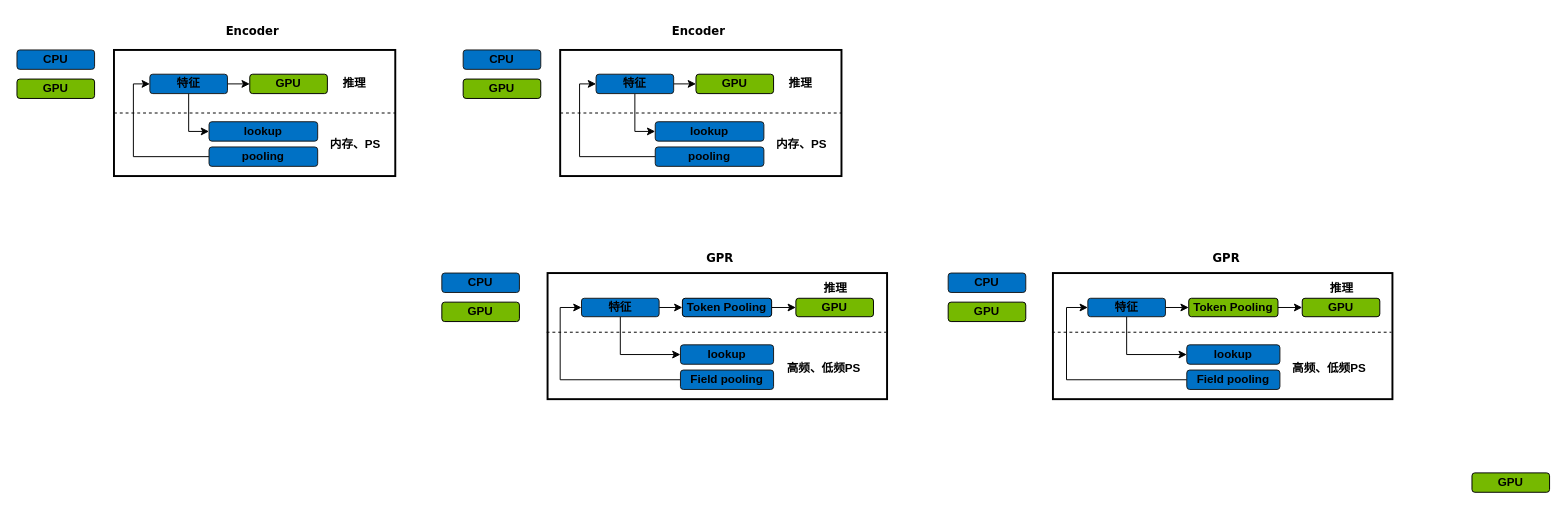
Earlier version of the draw.io diagram Token Pooling 优化.drawio (JackHsiung/totoro). Source tidied: cells renumbered, new cells numbered last; positions are measured from the earlier drawing's top-left corner, leaving out a move shared by most shapes. Both pictures are drawn from the tidied source at 97%, with x=0, y=0 at pixel (16, 16).
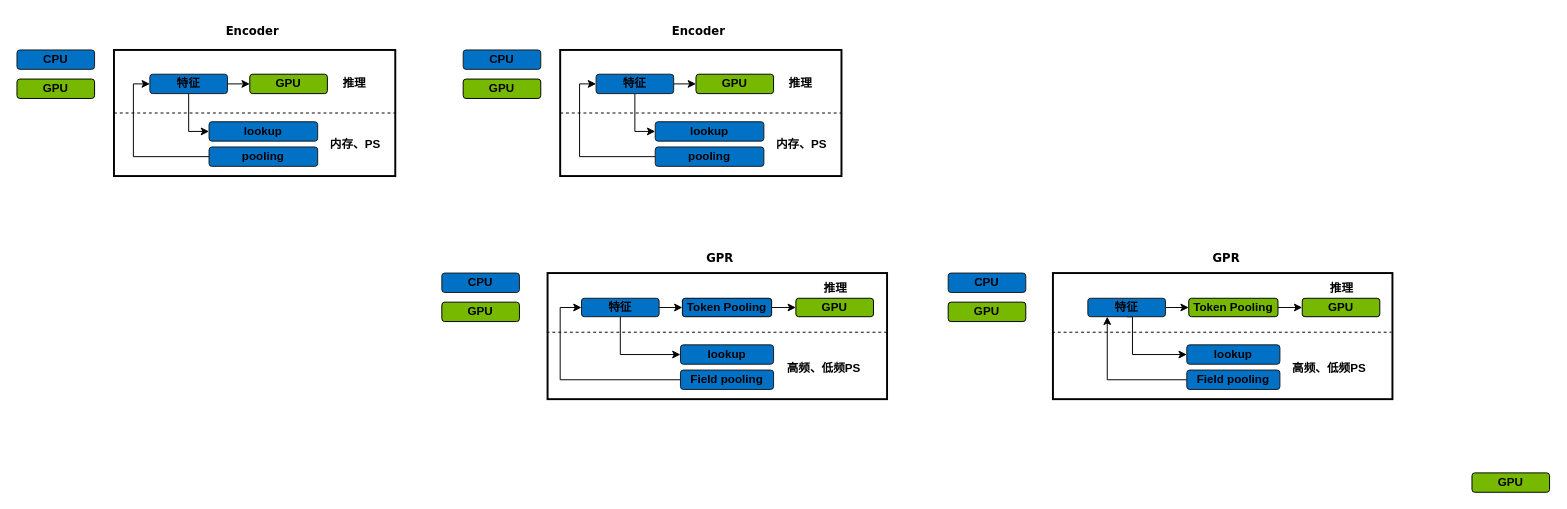
The same diagram, later.

The change refers to these unchanged cells:
```xml
<mxCell id="51" value="特征" style="rounded=1;whiteSpace=wrap;html=1;fillColor=#0071C5;strokeColor=#1A1A1A;fontStyle=1;" parent="1" vertex="1">
  <mxGeometry x="1104" y="290" width="80" height="19" as="geometry" />
</mxCell>
<mxCell id="53" value="lookup" style="rounded=1;whiteSpace=wrap;html=1;fillColor=#0071C5;strokeColor=#1A1A1A;fontStyle=1;" parent="1" vertex="1">
  <mxGeometry x="1206" y="338" width="96" height="20" as="geometry" />
</mxCell>
<mxCell id="55" value="Field pooling" style="rounded=1;whiteSpace=wrap;html=1;fillColor=#0071C5;strokeColor=#1A1A1A;fontStyle=1;" parent="1" vertex="1">
  <mxGeometry x="1206" y="364" width="96" height="20" as="geometry" />
</mxCell>
```

Change to the diagram source:
```diff
@@
     <mxCell id="49" style="edgeStyle=orthogonalEdgeStyle;rounded=0;jettySize=auto;html=1;exitX=0.5;exitY=1;exitDx=0;exitDy=0;entryX=0;entryY=0.5;entryDx=0;entryDy=0;" parent="1" edge="1" source="51" target="53">
-      <mxGeometry relative="1" as="geometry" />
+      <mxGeometry relative="1" as="geometry">
+        <Array as="points">
+          <mxPoint x="1150" y="309" />
+          <mxPoint x="1150" y="348" />
+        </Array>
+      </mxGeometry>
     </mxCell>
@@
-    <mxCell id="54" style="edgeStyle=orthogonalEdgeStyle;rounded=0;jettySize=auto;html=1;exitX=0;exitY=0.5;exitDx=0;exitDy=0;entryX=0;entryY=0.5;entryDx=0;entryDy=0;" parent="1" edge="1" source="55" target="51">
+    <mxCell id="54" style="edgeStyle=orthogonalEdgeStyle;rounded=0;jettySize=auto;html=1;exitX=0;exitY=0.5;exitDx=0;exitDy=0;entryX=0.25;entryY=1;entryDx=0;entryDy=0;" parent="1" edge="1" source="55" target="51">
       <mxGeometry relative="1" as="geometry">
         <Array as="points">
-          <mxPoint x="1082" y="374" />
-          <mxPoint x="1082" y="300" />
+          <mxPoint x="1124" y="374" />
         </Array>
       </mxGeometry>
     </mxCell>
```
